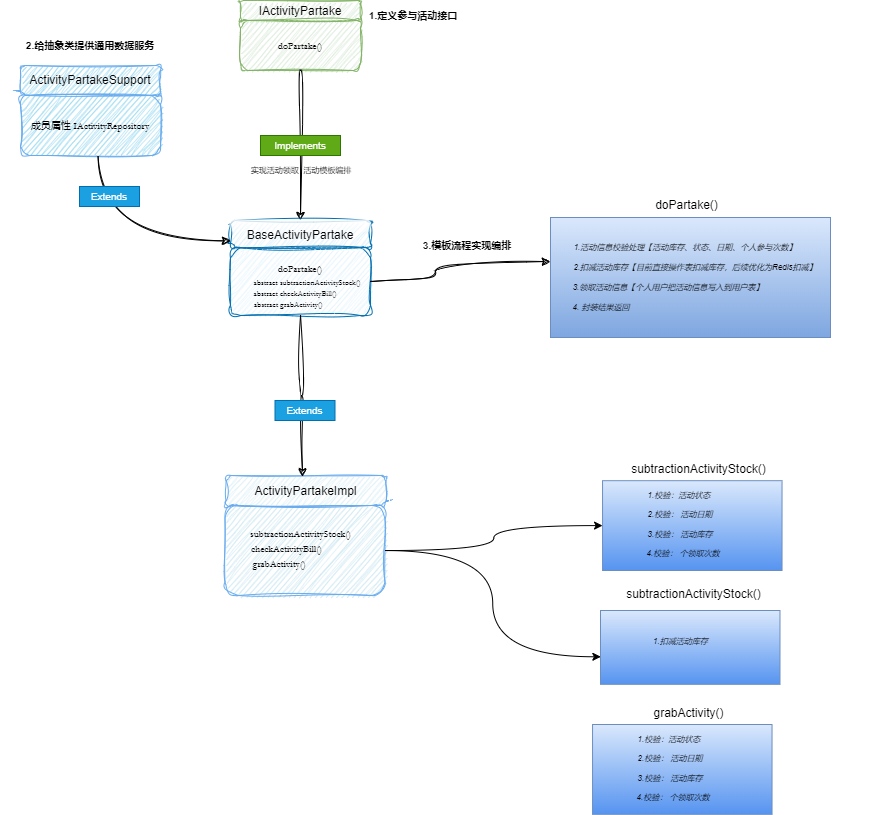
Above: Lottery/活动领取1.0.drawio.png in youjizi/images (draw.io), before the change. Source tidied: cells renumbered, new cells last; positions are measured from the earlier drawing's top-left corner, leaving out a move shared by most shapes.
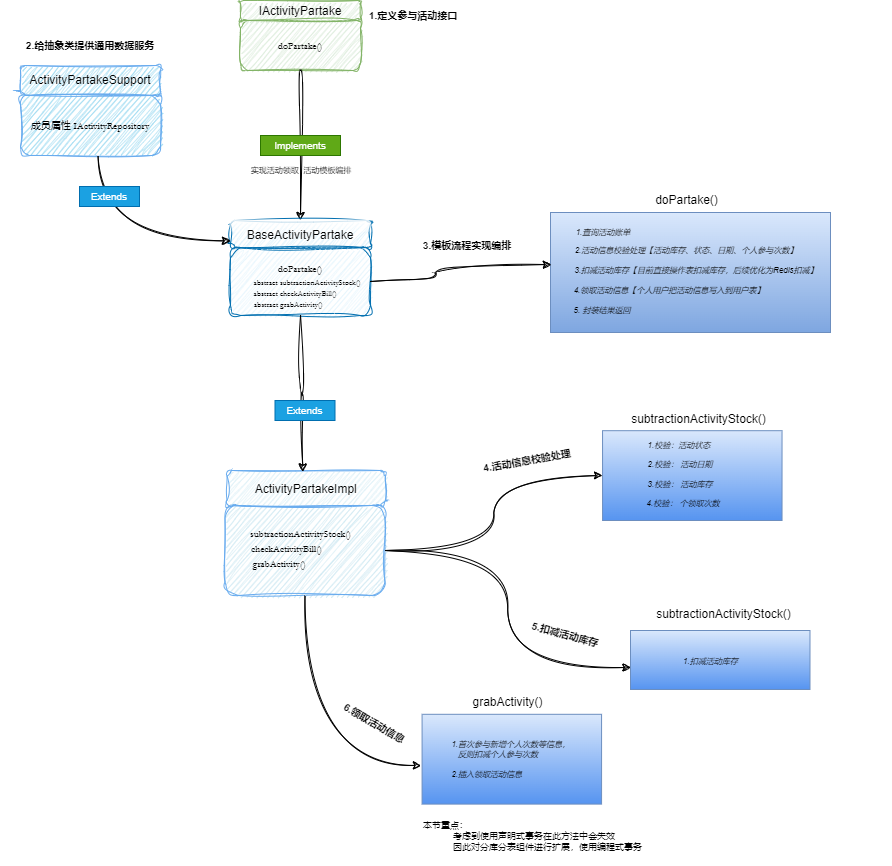
Later version of the same file.

Commit message:
更新活动领取1.0.drawio.png

Diff of the diagram source:
```diff
@@ -33,7 +33,7 @@
       <mxGeometry x="216" y="155" width="170" height="30" as="geometry" />
     </mxCell>
     <mxCell id="12" style="group;" parent="1" vertex="1">
-      <mxGeometry x="500" y="190" width="390" height="147" as="geometry" />
+      <mxGeometry x="500" y="185" width="390" height="147" as="geometry" />
     </mxCell>
     <mxCell id="13" style="rounded=0;whiteSpace=wrap;html=1;fillColor=#dae8fc;strokeColor=#6c8ebf;gradientColor=#7ea6e0;" parent="12" vertex="1">
       <mxGeometry x="50" y="27" width="280" height="120" as="geometry" />
@@ -41,21 +41,27 @@
     <mxCell id="14" value="doPartake()" style="text;html=1;align=center;verticalAlign=middle;strokeColor=none;fillColor=none;" parent="12" vertex="1">
       <mxGeometry x="141" width="90" height="30" as="geometry" />
     </mxCell>
+    <mxCell id="64" style="group;" parent="12" vertex="1">
+      <mxGeometry x="1" y="32" width="390" height="108" as="geometry" />
+    </mxCell>
-    <mxCell id="15" style="group;" parent="12" vertex="1">
-      <mxGeometry y="42" width="390" height="90" as="geometry" />
+    <mxCell id="15" style="group;" parent="64" vertex="1">
+      <mxGeometry y="18" width="390" height="90" as="geometry" />
     </mxCell>
-    <mxCell id="16" value="1.活动信息校验处理【活动库存、状态、日期、个人参与次数】" style="text;align=center;verticalAlign=middle;strokeColor=none;fillColor=none;fontColor=default;fontStyle=2;fontSize=8;" parent="15" vertex="1">
+    <mxCell id="16" value="2.活动信息校验处理【活动库存、状态、日期、个人参与次数】" style="text;align=center;verticalAlign=middle;strokeColor=none;fillColor=none;fontColor=default;fontStyle=2;fontSize=8;" parent="15" vertex="1">
       <mxGeometry x="5" width="360" height="30" as="geometry" />
     </mxCell>
-    <mxCell id="17" value="2.扣减活动库存【目前直接操作表扣减库存，后续优化为Redis扣减】" style="text;align=center;verticalAlign=middle;points=[];strokeColor=none;fillColor=none;fontColor=default;fontStyle=2;fontSize=8;" parent="15" vertex="1">
+    <mxCell id="17" value="3.扣减活动库存【目前直接操作表扣减库存，后续优化为Redis扣减】" style="text;align=center;verticalAlign=middle;points=[];strokeColor=none;fillColor=none;fontColor=default;fontStyle=2;fontSize=8;" parent="15" vertex="1">
       <mxGeometry y="20" width="390" height="30" as="geometry" />
     </mxCell>
-    <mxCell id="18" value=" 3.领取活动信息【个人用户把活动信息写入到用户表】" style="text;align=center;verticalAlign=middle;strokeColor=none;fillColor=none;fontColor=default;fontStyle=2;fontSize=8;" parent="15" vertex="1">
+    <mxCell id="18" value=" 4.领取活动信息【个人用户把活动信息写入到用户表】" style="text;align=center;verticalAlign=middle;strokeColor=none;fillColor=none;fontColor=default;fontStyle=2;fontSize=8;" parent="15" vertex="1">
       <mxGeometry x="13" y="40" width="310" height="30" as="geometry" />
     </mxCell>
-    <mxCell id="19" value=" 4. 封装结果返回" style="text;align=center;verticalAlign=middle;strokeColor=none;fillColor=none;fontColor=default;fontStyle=2;fontSize=8;" parent="15" vertex="1">
+    <mxCell id="19" value=" 5. 封装结果返回" style="text;align=center;verticalAlign=middle;strokeColor=none;fillColor=none;fontColor=default;fontStyle=2;fontSize=8;" parent="15" vertex="1">
       <mxGeometry x="46" y="60" width="110" height="30" as="geometry" />
     </mxCell>
+    <mxCell id="65" value="1.查询活动账单" style="text;align=center;verticalAlign=middle;strokeColor=none;fillColor=none;fontColor=default;fontStyle=2;fontSize=8;" parent="64" vertex="1">
+      <mxGeometry x="47" width="110" height="30" as="geometry" />
+    </mxCell>
     <mxCell id="20" style="edgeStyle=orthogonalEdgeStyle;jettySize=auto;entryX=0.128;entryY=0.302;entryDx=0;entryDy=0;entryPerimeter=0;curved=1;sketch=1;curveFitting=1;jiggle=2;labelBackgroundColor=none;" parent="1" edge="1" source="8" target="17">
       <mxGeometry relative="1" as="geometry" />
     </mxCell>
@@ -99,7 +105,7 @@
       <mxGeometry x="-10.5" y="35" width="160" height="90" as="geometry" />
     </mxCell>
     <mxCell id="34" value="ActivityPartakeImpl" style="rounded=1;fillColor=#d6edf5;strokeColor=#68abee;sketch=1;curveFitting=1;jiggle=2;glass=0;" parent="32" vertex="1">
-      <mxGeometry x="-9.5" y="5" width="160" height="30" as="geometry" />
+      <mxGeometry x="-8.5" width="158.5" height="35" as="geometry" />
     </mxCell>
     <mxCell id="35" style="group;" parent="32" vertex="1">
       <mxGeometry x="-4.5" y="48" width="140" height="60" as="geometry" />
@@ -120,7 +126,7 @@
       <mxGeometry x="274.5" y="400" width="60" height="20" as="geometry" />
     </mxCell>
     <mxCell id="41" style="group;" parent="1" vertex="1">
-      <mxGeometry x="570" y="460" width="250" height="110" as="geometry" />
+      <mxGeometry x="570" y="410" width="250" height="110" as="geometry" />
     </mxCell>
     <mxCell id="42" style="rounded=0;whiteSpace=wrap;html=1;fillColor=#dae8fc;strokeColor=#6c8ebf;gradientColor=#5694f0;" parent="41" vertex="1">
       <mxGeometry x="32.1" y="20.2" width="179.5" height="89.8" as="geometry" />
@@ -143,41 +149,17 @@
     <mxCell id="48" value="4.校验： 个领取次数" style="text;align=center;verticalAlign=middle;strokeColor=none;fillColor=none;fontColor=default;fontStyle=2;fontSize=8;" parent="44" vertex="1">
       <mxGeometry y="58" width="130" height="30" as="geometry" />
     </mxCell>
-    <mxCell id="49" style="edgeStyle=orthogonalEdgeStyle;jettySize=auto;html=1;entryX=0;entryY=0.5;entryDx=0;entryDy=0;curved=1;" parent="1" edge="1" source="33" target="42">
+    <mxCell id="49" style="edgeStyle=orthogonalEdgeStyle;jettySize=auto;html=1;entryX=0;entryY=0.5;entryDx=0;entryDy=0;curved=1;sketch=1;curveFitting=1;jiggle=2;" parent="1" edge="1" source="33" target="42">
       <mxGeometry relative="1" as="geometry" />
     </mxCell>
-    <mxCell id="50" style="group;" parent="1" vertex="1">
-      <mxGeometry x="560" y="703.8" width="250" height="110" as="geometry" />
-    </mxCell>
-    <mxCell id="51" style="rounded=0;whiteSpace=wrap;html=1;fillColor=#dae8fc;strokeColor=#6c8ebf;gradientColor=#5694f0;" parent="50" vertex="1">
-      <mxGeometry x="32.1" y="20.2" width="179.5" height="89.8" as="geometry" />
-    </mxCell>
-    <mxCell id="52" value="grabActivity()" style="text;html=1;align=center;verticalAlign=middle;strokeColor=none;fillColor=none;" parent="50" vertex="1">
-      <mxGeometry x="82.9" y="-6" width="90" height="30" as="geometry" />
-    </mxCell>
-    <mxCell id="53" style="group;" parent="50" vertex="1">
-      <mxGeometry x="47.9" y="20.2" width="130" height="88" as="geometry" />
-    </mxCell>
-    <mxCell id="54" value="1.校验：活动状态" style="text;align=center;verticalAlign=middle;strokeColor=none;fillColor=none;fontColor=default;fontStyle=2;fontSize=8;" parent="53" vertex="1">
-      <mxGeometry x="1" width="120" height="30" as="geometry" />
-    </mxCell>
-    <mxCell id="55" value="2.校验： 活动日期" style="text;align=center;verticalAlign=middle;strokeColor=none;fillColor=none;fontColor=default;fontStyle=2;fontSize=8;" parent="53" vertex="1">
-      <mxGeometry x="2" y="19" width="120" height="30" as="geometry" />
-    </mxCell>
-    <mxCell id="56" value="3.校验： 活动库存" style="text;align=center;verticalAlign=middle;strokeColor=none;fillColor=none;fontColor=default;fontStyle=2;fontSize=8;" parent="53" vertex="1">
-      <mxGeometry x="2" y="39" width="120" height="30" as="geometry" />
-    </mxCell>
-    <mxCell id="57" value="4.校验： 个领取次数" style="text;align=center;verticalAlign=middle;strokeColor=none;fillColor=none;fontColor=default;fontStyle=2;fontSize=8;" parent="53" vertex="1">
-      <mxGeometry y="58" width="130" height="30" as="geometry" />
-    </mxCell>
     <mxCell id="58" style="group;" parent="1" vertex="1">
-      <mxGeometry x="600" y="570" width="179.5" height="133.8" as="geometry" />
+      <mxGeometry x="630" y="590" width="179.5" height="133.8" as="geometry" />
     </mxCell>
     <mxCell id="59" style="group;" parent="58" vertex="1">
       <mxGeometry y="9" width="179.5" height="104.8" as="geometry" />
     </mxCell>
     <mxCell id="60" style="rounded=0;whiteSpace=wrap;html=1;fillColor=#dae8fc;strokeColor=#6c8ebf;gradientColor=#5694f0;" parent="59" vertex="1">
-      <mxGeometry y="31" width="179.5" height="73.8" as="geometry" />
+      <mxGeometry y="31" width="179.5" height="59" as="geometry" />
     </mxCell>
     <mxCell id="61" value="subtractionActivityStock()" style="text;html=1;align=center;verticalAlign=middle;strokeColor=none;fillColor=none;" parent="59" vertex="1">
       <mxGeometry x="12.9" width="160" height="30" as="geometry" />
@@ -185,8 +167,41 @@
     <mxCell id="62" value="1.扣减活动库存" style="text;align=center;verticalAlign=middle;strokeColor=none;fillColor=none;fontColor=default;fontStyle=2;fontSize=8;" parent="59" vertex="1">
       <mxGeometry x="25.4" y="47.1" width="110" height="30" as="geometry" />
     </mxCell>
-    <mxCell id="63" style="edgeStyle=orthogonalEdgeStyle;jettySize=auto;html=1;entryX=0.002;entryY=0.627;entryDx=0;entryDy=0;entryPerimeter=0;curved=1;" parent="1" edge="1" source="33" target="60">
+    <mxCell id="63" style="edgeStyle=orthogonalEdgeStyle;jettySize=auto;html=1;entryX=0.002;entryY=0.627;entryDx=0;entryDy=0;entryPerimeter=0;curved=1;sketch=1;curveFitting=1;jiggle=2;" parent="1" edge="1" source="33" target="60">
       <mxGeometry relative="1" as="geometry" />
     </mxCell>
+    <mxCell id="66" style="edgeStyle=orthogonalEdgeStyle;jettySize=auto;html=1;entryX=-0.004;entryY=0.569;entryDx=0;entryDy=0;entryPerimeter=0;curved=1;strokeColor=default;sketch=1;curveFitting=1;jiggle=2;exitX=0.5;exitY=1;exitDx=0;exitDy=0;" parent="1" edge="1" source="33" target="51">
+      <mxGeometry relative="1" as="geometry" />
+    </mxCell>
+    <mxCell id="67" style="group;" parent="1" vertex="1">
+      <mxGeometry x="421.6" y="690" width="228.8" height="113.6" as="geometry" />
+    </mxCell>
+    <mxCell id="51" style="rounded=0;whiteSpace=wrap;html=1;fillColor=#dae8fc;strokeColor=#6c8ebf;gradientColor=#5694f0;" parent="67" vertex="1">
+      <mxGeometry y="23.8" width="179.5" height="89.8" as="geometry" />
+    </mxCell>
+    <mxCell id="52" value="grabActivity()" style="text;html=1;align=center;verticalAlign=middle;strokeColor=none;fillColor=none;" parent="67" vertex="1">
+      <mxGeometry x="40.7" y="-3" width="90" height="30" as="geometry" />
+    </mxCell>
+    <mxCell id="68" style="group;" parent="67" vertex="1">
+      <mxGeometry x="27.8" y="39" width="200" height="60" as="geometry" />
+    </mxCell>
+    <mxCell id="55" value="1.首次参与新增个人次数等信息， &#10;   反则扣减个人参与次数" style="text;align=left;verticalAlign=middle;strokeColor=none;fillColor=none;fontColor=default;fontStyle=2;fontSize=8;" parent="68" vertex="1">
+      <mxGeometry width="200" height="40" as="geometry" />
+    </mxCell>
+    <mxCell id="69" value="2.插入领取活动信息" style="text;align=left;verticalAlign=middle;strokeColor=none;fillColor=none;fontColor=default;fontStyle=2;fontSize=8;" parent="68" vertex="1">
+      <mxGeometry y="30" width="130" height="30" as="geometry" />
+    </mxCell>
+    <mxCell id="70" value="4.活动信息校验处理" style="text;align=center;verticalAlign=middle;fontSize=10;fontStyle=1;rotation=-10;" parent="1" vertex="1">
+      <mxGeometry x="462" y="445" width="130" height="30" as="geometry" />
+    </mxCell>
+    <mxCell id="71" value="5.扣减活动库存" style="text;align=center;verticalAlign=middle;fontSize=10;fontStyle=1;rotation=15;" parent="1" vertex="1">
+      <mxGeometry x="510" y="619" width="110" height="30" as="geometry" />
+    </mxCell>
+    <mxCell id="72" value="6.领取活动信息" style="text;align=center;verticalAlign=middle;fontSize=10;fontStyle=1;rotation=30;" parent="1" vertex="1">
+      <mxGeometry x="319" y="708" width="110" height="30" as="geometry" />
+    </mxCell>
+    <mxCell id="73" value="本节重点：&#10;            考虑到使用声明式事务在此方法中会失效&#10;            因此对分库分表组件进行扩展，使用编程式事务" style="text;align=left;verticalAlign=middle;strokeColor=none;fillColor=none;fontSize=9;" parent="1" vertex="1">
+      <mxGeometry x="421" y="805" width="320" height="60" as="geometry" />
+    </mxCell>
   </root>
 </mxGraphModel>
```
